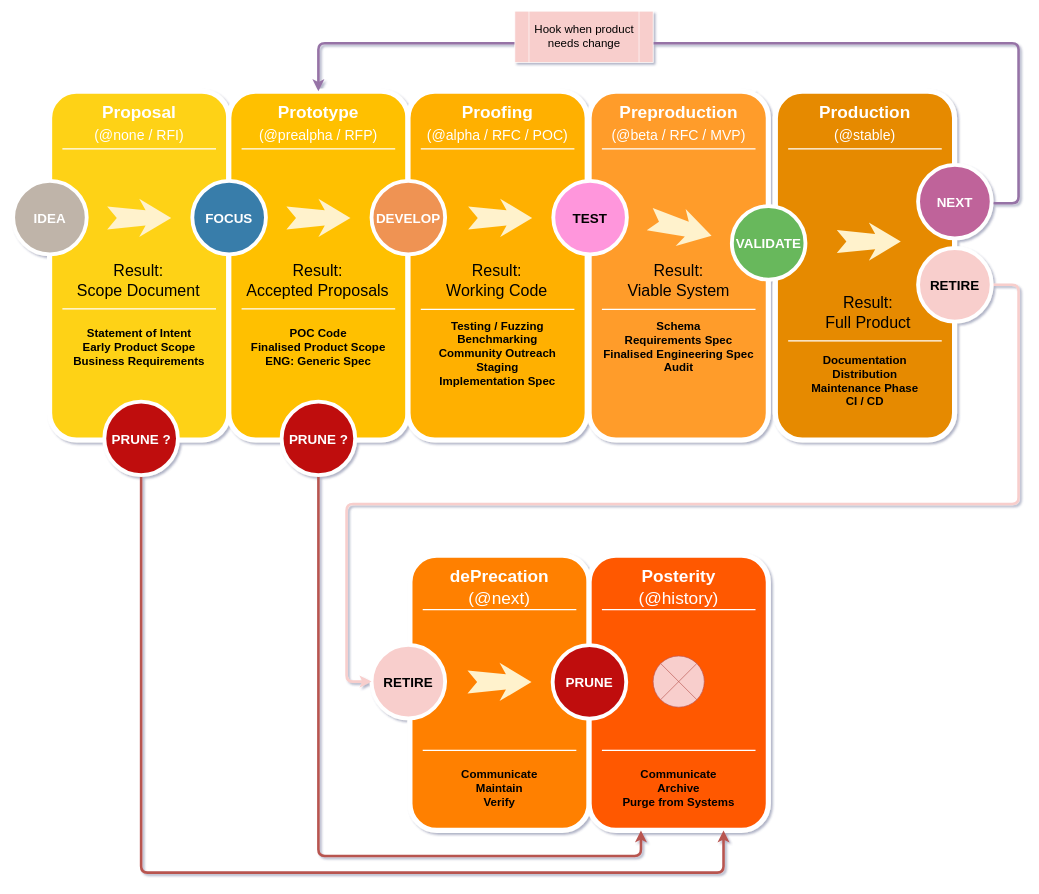
Above: template/.images/7P Specification Lifecycle.drawio in iotaledger/iota-spec-template (draw.io), before the change. Source tidied: cells renumbered, new cells numbered last; positions are measured from the earlier drawing's top-left corner, leaving out a move shared by most shapes. Both pictures are drawn from the tidied source at 64%, with x=0, y=0 at pixel (13, 11).
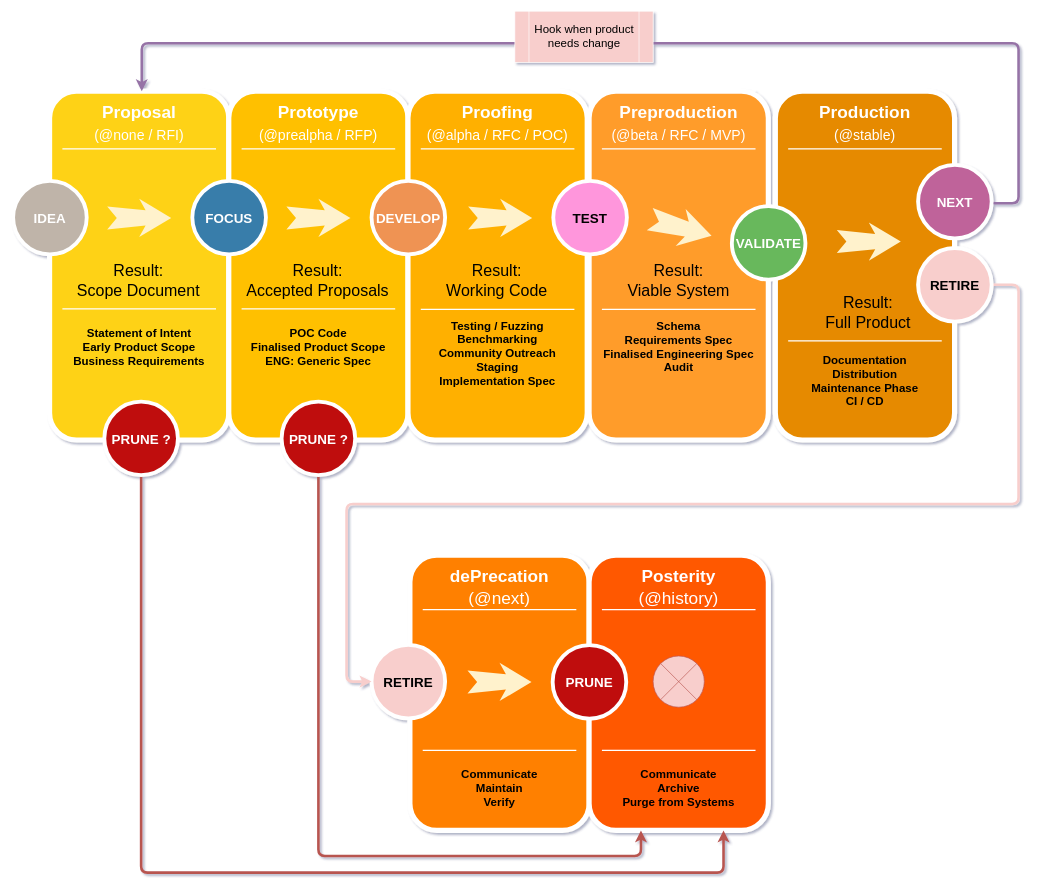
The same page after the edit.

Unchanged cells that the change refers to:
```xml
<mxCell id="9" style="whiteSpace=wrap;html=1;rounded=1;shadow=0;strokeWidth=8;fontSize=20;align=center;fillColor=#FFC001;strokeColor=#FFFFFF;" parent="1" vertex="1">
  <mxGeometry x="337" y="125" width="280" height="545" as="geometry" />
</mxCell>
<mxCell id="42" value="&lt;h2&gt;NEXT&lt;/h2&gt;" style="ellipse;whiteSpace=wrap;html=1;rounded=0;shadow=0;strokeWidth=6;fontSize=14;align=center;fillColor=#BF639A;strokeColor=#FFFFFF;fontColor=#FFFFFF;" parent="1" vertex="1">
  <mxGeometry x="1414" y="240" width="115" height="115" as="geometry" />
</mxCell>
```

The edit, as a diff of the source:
```diff
@@
-    <mxCell id="41" style="edgeStyle=orthogonalEdgeStyle;rounded=1;jettySize=auto;html=1;exitX=1;exitY=0.5;exitDx=0;exitDy=0;entryX=0.5;entryY=0;entryDx=0;entryDy=0;fontSize=18;strokeWidth=4;endArrow=classic;endFill=1;fillColor=#e1d5e7;strokeColor=#9673a6;" parent="1" edge="1" source="42" target="9">
+    <mxCell id="41" style="edgeStyle=orthogonalEdgeStyle;rounded=1;jettySize=auto;html=1;exitX=1;exitY=0.5;exitDx=0;exitDy=0;fontSize=18;strokeWidth=4;endArrow=classic;endFill=1;fillColor=#e1d5e7;strokeColor=#9673a6;" parent="1" edge="1" source="42">
       <mxGeometry relative="1" as="geometry">
+        <mxPoint x="201" y="125" as="targetPoint" />
         <Array as="points">
           <mxPoint x="1529" y="300" />
           <mxPoint x="1571" y="300" />
           <mxPoint x="1571" y="50" />
-          <mxPoint x="477" y="50" />
+          <mxPoint x="201" y="50" />
+          <mxPoint x="201" y="125" />
         </Array>
       </mxGeometry>
     </mxCell>
```
